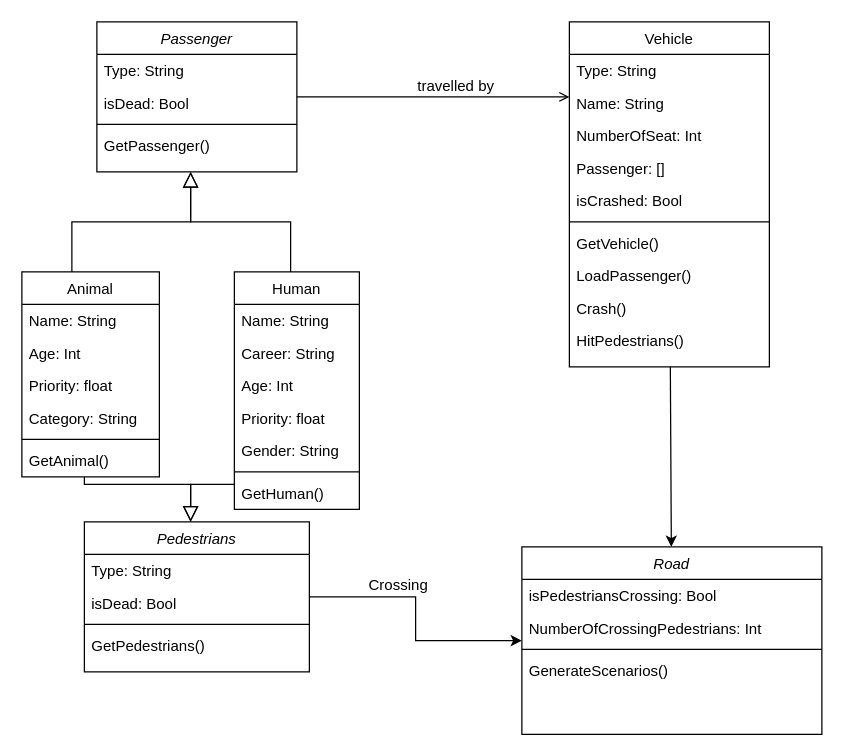
This is diagrams/Automatic Vehicles.drawio from EdwardPhuong/OOP-Project-AutomationVehicle-, a draw.io file, before an edit. Source tidied: cells renumbered, new cells numbered last; positions are measured from the earlier drawing's top-left corner, leaving out a move shared by most shapes. Both pictures are drawn from the tidied source at 125%, with x=0, y=0 at pixel (21, 21).
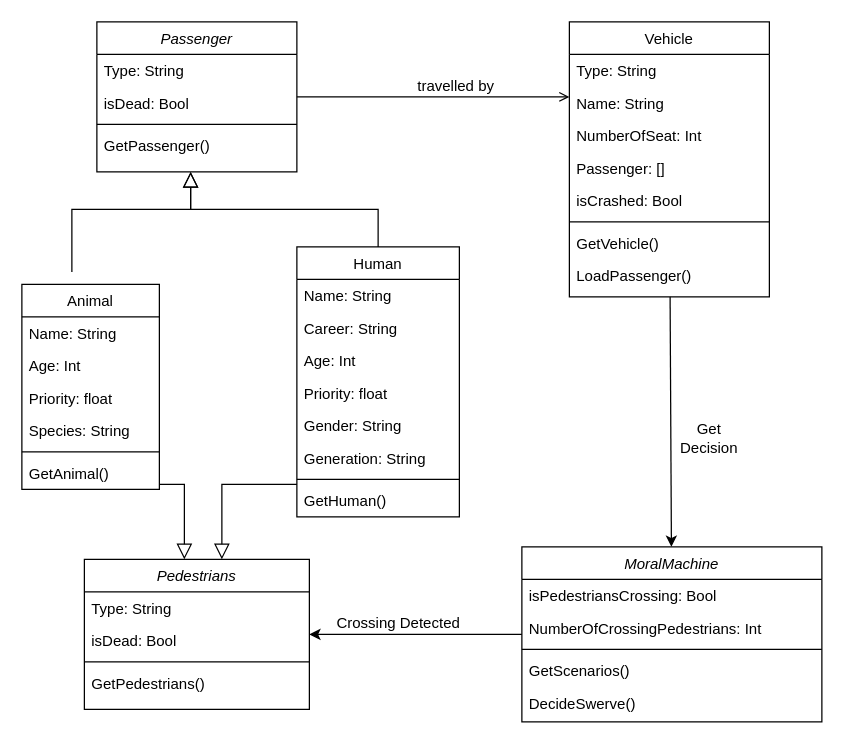
The same diagram, later.

What changed in the source:
```diff
@@
     <mxCell id="7" value="Animal" style="swimlane;fontStyle=0;align=center;verticalAlign=top;horizontal=1;startSize=26;rounded=0;shadow=0;strokeWidth=1;" parent="1" vertex="1">
-      <mxGeometry y="200" width="110" height="164" as="geometry" />
+      <mxGeometry y="210" width="110" height="164" as="geometry" />
     </mxCell>
@@
-    <mxCell id="11" value="Category: String" style="text;align=left;verticalAlign=top;spacingLeft=4;spacingRight=4;overflow=hidden;rounded=0;shadow=0;html=0;" parent="7" vertex="1">
+    <mxCell id="11" value="Species: String" style="text;align=left;verticalAlign=top;spacingLeft=4;spacingRight=4;overflow=hidden;rounded=0;shadow=0;html=0;" parent="7" vertex="1">
       <mxGeometry y="104" width="110" height="26" as="geometry" />
     </mxCell>
@@
     <mxCell id="14" value="Human" style="swimlane;fontStyle=0;align=center;verticalAlign=top;horizontal=1;startSize=26;rounded=0;shadow=0;strokeWidth=1;" parent="1" vertex="1">
-      <mxGeometry x="170" y="200" width="100" height="190" as="geometry" />
+      <mxGeometry x="220" y="180" width="130" height="216" as="geometry" />
     </mxCell>
     <mxCell id="15" value="Name: String" style="text;align=left;verticalAlign=top;spacingLeft=4;spacingRight=4;overflow=hidden;" parent="14" vertex="1">
-      <mxGeometry y="26" width="100" height="26" as="geometry" />
+      <mxGeometry y="26" width="130" height="26" as="geometry" />
     </mxCell>
     <mxCell id="16" value="Career: String" style="text;align=left;verticalAlign=top;spacingLeft=4;spacingRight=4;overflow=hidden;" parent="14" vertex="1">
-      <mxGeometry y="52" width="100" height="26" as="geometry" />
+      <mxGeometry y="52" width="130" height="26" as="geometry" />
     </mxCell>
     <mxCell id="17" value="Age: Int" style="text;align=left;verticalAlign=top;spacingLeft=4;spacingRight=4;overflow=hidden;rounded=0;shadow=0;html=0;" parent="14" vertex="1">
-      <mxGeometry y="78" width="100" height="26" as="geometry" />
+      <mxGeometry y="78" width="130" height="26" as="geometry" />
     </mxCell>
     <mxCell id="18" value="Priority: float" style="text;align=left;verticalAlign=top;spacingLeft=4;spacingRight=4;overflow=hidden;" parent="14" vertex="1">
-      <mxGeometry y="104" width="100" height="26" as="geometry" />
+      <mxGeometry y="104" width="130" height="26" as="geometry" />
     </mxCell>
     <mxCell id="19" value="Gender: String" style="text;align=left;verticalAlign=top;spacingLeft=4;spacingRight=4;overflow=hidden;rounded=0;shadow=0;html=0;" parent="14" vertex="1">
-      <mxGeometry y="130" width="100" height="26" as="geometry" />
+      <mxGeometry y="130" width="130" height="26" as="geometry" />
     </mxCell>
+    <mxCell id="52" value="Generation: String" style="text;align=left;verticalAlign=top;spacingLeft=4;spacingRight=4;overflow=hidden;rounded=0;shadow=0;html=0;" parent="14" vertex="1">
+      <mxGeometry y="156" width="130" height="26" as="geometry" />
+    </mxCell>
     <mxCell id="20" style="line;html=1;strokeWidth=1;align=left;verticalAlign=middle;spacingTop=-1;spacingLeft=3;spacingRight=3;labelPosition=right;" parent="14" vertex="1">
-      <mxGeometry y="156" width="100" height="8" as="geometry" />
+      <mxGeometry y="182" width="130" height="8" as="geometry" />
     </mxCell>
     <mxCell id="21" value="GetHuman()" style="text;align=left;verticalAlign=top;spacingLeft=4;spacingRight=4;overflow=hidden;" parent="14" vertex="1">
-      <mxGeometry y="164" width="100" height="26" as="geometry" />
+      <mxGeometry y="190" width="130" height="26" as="geometry" />
     </mxCell>
-    <mxCell id="22" style="endArrow=block;endSize=10;endFill=0;shadow=0;strokeWidth=1;rounded=0;curved=0;edgeStyle=elbowEdgeStyle;elbow=vertical;" parent="1" edge="1">
+    <mxCell id="22" style="endArrow=block;endSize=10;endFill=0;shadow=0;strokeWidth=1;rounded=0;curved=0;edgeStyle=elbowEdgeStyle;elbow=vertical;" parent="1" edge="1" source="14">
       <mxGeometry relative="1" as="geometry">
-        <mxPoint x="215" y="200" as="sourcePoint" />
         <mxPoint x="135" y="120" as="targetPoint" />
       </mxGeometry>
     </mxCell>
     <mxCell id="23" value="Vehicle" style="swimlane;fontStyle=0;align=center;verticalAlign=top;horizontal=1;startSize=26;rounded=0;shadow=0;strokeWidth=1;" parent="1" vertex="1">
-      <mxGeometry x="438" width="160" height="276" as="geometry" />
+      <mxGeometry x="438" width="160" height="220" as="geometry" />
     </mxCell>
@@
-    <mxCell id="32" value="Crash()" style="text;align=left;verticalAlign=top;spacingLeft=4;spacingRight=4;overflow=hidden;" parent="23" vertex="1">
-      <mxGeometry y="216" width="160" height="26" as="geometry" />
-    </mxCell>
-    <mxCell id="33" value="HitPedestrians()" style="text;align=left;verticalAlign=top;spacingLeft=4;spacingRight=4;overflow=hidden;" parent="23" vertex="1">
-      <mxGeometry y="242" width="160" height="34" as="geometry" />
-    </mxCell>
@@
-    <mxCell id="37" value="Road" style="swimlane;fontStyle=2;align=center;verticalAlign=top;horizontal=1;startSize=26;rounded=0;shadow=0;strokeWidth=1;" parent="1" vertex="1">
-      <mxGeometry x="400" y="420" width="240" height="150" as="geometry" />
+    <mxCell id="37" value="MoralMachine" style="swimlane;fontStyle=2;align=center;verticalAlign=top;horizontal=1;startSize=26;rounded=0;shadow=0;strokeWidth=1;" parent="1" vertex="1">
+      <mxGeometry x="400" y="420" width="240" height="140" as="geometry" />
     </mxCell>
@@
-    <mxCell id="41" value="GenerateScenarios()" style="text;align=left;verticalAlign=top;spacingLeft=4;spacingRight=4;overflow=hidden;" parent="37" vertex="1">
+    <mxCell id="41" value="GetScenarios()&#10;" style="text;align=left;verticalAlign=top;spacingLeft=4;spacingRight=4;overflow=hidden;" parent="37" vertex="1">
       <mxGeometry y="86" width="240" height="26" as="geometry" />
     </mxCell>
+    <mxCell id="53" value="DecideSwerve()&#10;" style="text;align=left;verticalAlign=top;spacingLeft=4;spacingRight=4;overflow=hidden;" parent="37" vertex="1">
+      <mxGeometry y="112" width="240" height="26" as="geometry" />
+    </mxCell>
-    <mxCell id="42" style="edgeStyle=orthogonalEdgeStyle;rounded=0;jettySize=auto;html=1;" parent="1" edge="1" source="43" target="37">
+    <mxCell id="42" style="edgeStyle=orthogonalEdgeStyle;rounded=0;jettySize=auto;html=1;" parent="1" edge="1" source="37" target="43">
       <mxGeometry relative="1" as="geometry" />
     </mxCell>
     <mxCell id="43" value="Pedestrians" style="swimlane;fontStyle=2;align=center;verticalAlign=top;horizontal=1;startSize=26;rounded=0;shadow=0;strokeWidth=1;" parent="1" vertex="1">
-      <mxGeometry x="50" y="400" width="180" height="120" as="geometry" />
+      <mxGeometry x="50" y="430" width="180" height="120" as="geometry" />
     </mxCell>
@@
-    <mxCell id="48" style="endArrow=block;endSize=10;endFill=0;shadow=0;strokeWidth=1;rounded=0;curved=0;edgeStyle=elbowEdgeStyle;elbow=vertical;" parent="1" edge="1" source="14">
+    <mxCell id="48" style="endArrow=block;endSize=10;endFill=0;shadow=0;strokeWidth=1;rounded=0;curved=0;edgeStyle=elbowEdgeStyle;elbow=vertical;" parent="1" edge="1" source="14" target="43">
       <mxGeometry relative="1" as="geometry">
-        <mxPoint x="135" y="400" as="targetPoint" />
         <Array as="points">
           <mxPoint x="160" y="370" />
         </Array>
       </mxGeometry>
     </mxCell>
     <mxCell id="49" style="endArrow=block;endSize=10;endFill=0;shadow=0;strokeWidth=1;rounded=0;curved=0;edgeStyle=elbowEdgeStyle;elbow=vertical;" parent="1" edge="1" source="7">
       <mxGeometry relative="1" as="geometry">
-        <mxPoint x="135" y="400" as="targetPoint" />
+        <mxPoint x="130" y="430" as="targetPoint" />
         <Array as="points">
-          <mxPoint x="50" y="370" />
+          <mxPoint x="130" y="370" />
         </Array>
       </mxGeometry>
     </mxCell>
     <mxCell id="50" style="endArrow=block;endSize=10;endFill=0;shadow=0;strokeWidth=1;rounded=0;curved=0;edgeStyle=elbowEdgeStyle;elbow=vertical;" parent="1" edge="1">
       <mxGeometry relative="1" as="geometry">
         <mxPoint x="40" y="200" as="sourcePoint" />
         <mxPoint x="135" y="120" as="targetPoint" />
+        <Array as="points">
+          <mxPoint x="90" y="150" />
+        </Array>
       </mxGeometry>
     </mxCell>
-    <mxCell id="51" value="Crossing" style="text;html=1;align=center;verticalAlign=middle;labelBackgroundColor=none;rounded=0;shadow=0;strokeWidth=1;fontSize=12;" parent="1" vertex="1">
-      <mxGeometry x="300" y="450" as="geometry" />
+    <mxCell id="51" value="Crossing Detected" style="text;html=1;align=center;verticalAlign=middle;labelBackgroundColor=none;rounded=0;shadow=0;strokeWidth=1;fontSize=12;" parent="1" vertex="1">
+      <mxGeometry x="300" y="480" as="geometry" />
     </mxCell>
+    <mxCell id="54" value="Get Decision" style="text;html=1;align=center;verticalAlign=middle;whiteSpace=wrap;rounded=0;" parent="1" vertex="1">
+      <mxGeometry x="520" y="318" width="60" height="30" as="geometry" />
+    </mxCell>
```
